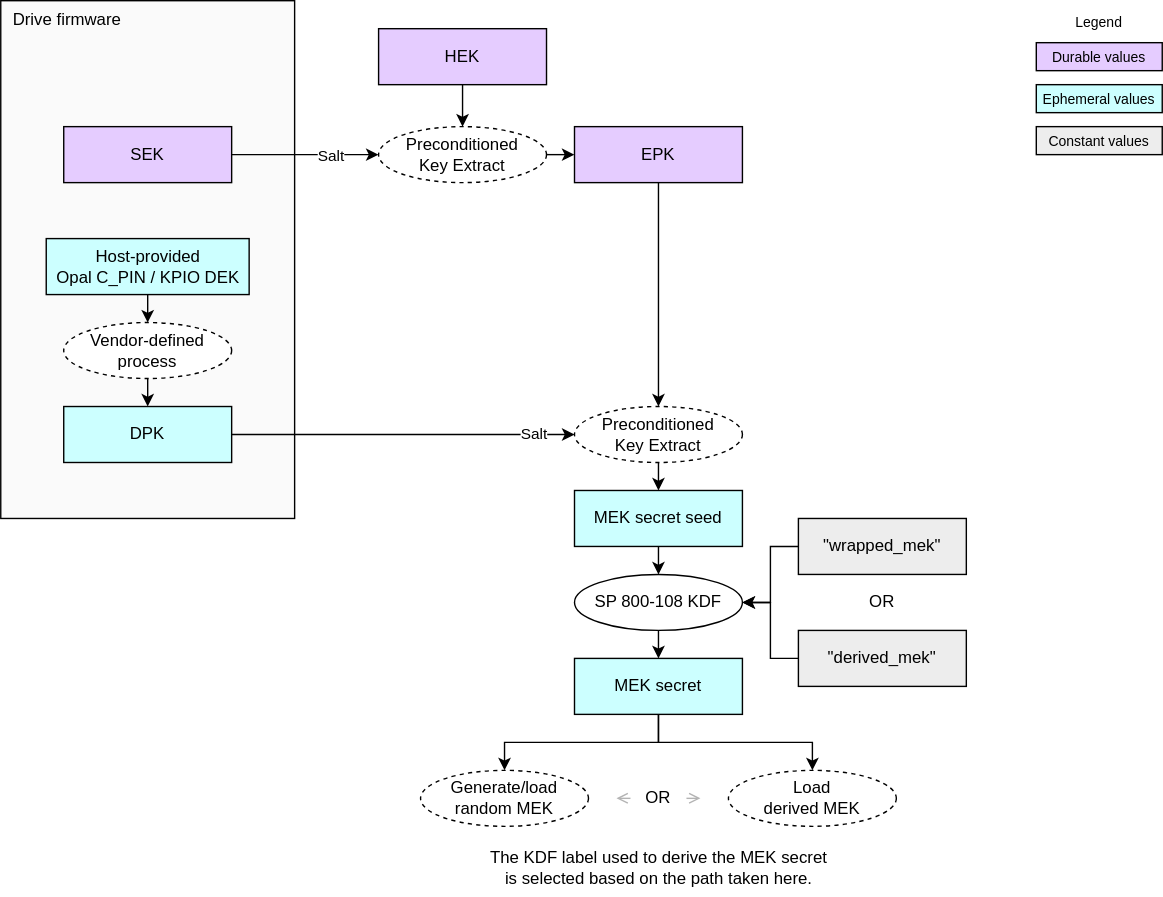
The draw.io diagram doc/ocp_lock/diagrams/mek_secret_derivation_no_mpks.drawio.svg in chipsalliance/Caliptra, before a commit. Source tidied: cells renumbered, new cells last; positions are measured from the earlier drawing's top-left corner, leaving out a move shared by most shapes. Source of this version:
```xml
<mxGraphModel background="#ffffff">
  <root>
    <mxCell id="0" />
    <mxCell id="1" parent="0" />
    <mxCell id="2" value="Drive firmware" style="rounded=0;whiteSpace=wrap;html=1;fillColor=#FAFAFA;strokeColor=#000000;align=left;verticalAlign=top;spacingLeft=7;" parent="1" vertex="1">
      <mxGeometry width="210" height="370" as="geometry" />
    </mxCell>
    <mxCell id="3" value="&lt;div&gt;&lt;font color=&quot;#000000&quot;&gt;Durable values&lt;/font&gt;&lt;/div&gt;" style="rounded=0;whiteSpace=wrap;html=1;align=center;verticalAlign=middle;shadow=0;glass=0;spacingLeft=0;spacingBottom=0;spacingTop=0;fillColor=#E5CCFF;fontSize=10;" parent="1" vertex="1">
      <mxGeometry x="740" y="30" width="90" height="20" as="geometry" />
    </mxCell>
    <mxCell id="4" value="Legend" style="text;strokeColor=none;align=center;fillColor=none;html=1;verticalAlign=middle;whiteSpace=wrap;rounded=0;fontSize=10;" parent="1" vertex="1">
      <mxGeometry x="755" width="60" height="30" as="geometry" />
    </mxCell>
    <mxCell id="5" value="&lt;div&gt;&lt;font color=&quot;#000000&quot;&gt;Ephemeral values&lt;/font&gt;&lt;/div&gt;" style="rounded=0;whiteSpace=wrap;html=1;align=center;verticalAlign=middle;shadow=0;glass=0;spacingLeft=0;spacingBottom=0;spacingTop=0;fillColor=#CCFFFF;fontSize=10;" parent="1" vertex="1">
      <mxGeometry x="740" y="60" width="90" height="20" as="geometry" />
    </mxCell>
    <mxCell id="6" style="edgeStyle=none;html=1;exitX=0.5;exitY=1;exitDx=0;exitDy=0;entryX=0.5;entryY=0;entryDx=0;entryDy=0;" parent="1" edge="1" source="7" target="20">
      <mxGeometry relative="1" as="geometry" />
    </mxCell>
    <mxCell id="7" value="&lt;div&gt;&lt;font color=&quot;#000000&quot;&gt;HEK&lt;/font&gt;&lt;/div&gt;" style="rounded=0;whiteSpace=wrap;html=1;align=center;verticalAlign=middle;shadow=0;glass=0;spacingLeft=0;spacingBottom=0;spacingTop=0;fillColor=#E5CCFF;" parent="1" vertex="1">
      <mxGeometry x="270" y="20" width="120" height="40" as="geometry" />
    </mxCell>
    <mxCell id="8" style="edgeStyle=none;html=1;exitX=1;exitY=0.5;exitDx=0;exitDy=0;entryX=0;entryY=0.5;entryDx=0;entryDy=0;" parent="1" edge="1" source="10" target="24">
      <mxGeometry relative="1" as="geometry" />
    </mxCell>
    <mxCell id="9" value="Salt" style="edgeLabel;html=1;align=center;verticalAlign=middle;" parent="8" vertex="1">
      <mxGeometry x="0.63" y="1" relative="1" as="geometry">
        <mxPoint x="15" as="offset" />
      </mxGeometry>
    </mxCell>
    <mxCell id="10" value="&lt;div&gt;&lt;font color=&quot;#000000&quot;&gt;DPK&lt;/font&gt;&lt;/div&gt;" style="rounded=0;whiteSpace=wrap;html=1;align=center;verticalAlign=middle;shadow=0;glass=0;spacingLeft=0;spacingBottom=0;spacingTop=0;fillColor=#CCFFFF;" parent="1" vertex="1">
      <mxGeometry x="45" y="290" width="120" height="40" as="geometry" />
    </mxCell>
    <mxCell id="11" style="edgeStyle=orthogonalEdgeStyle;html=1;exitX=1;exitY=0.5;exitDx=0;exitDy=0;entryX=0;entryY=0.5;entryDx=0;entryDy=0;rounded=0;" parent="1" edge="1" source="13" target="20">
      <mxGeometry relative="1" as="geometry">
        <Array as="points">
          <mxPoint x="200" y="110" />
          <mxPoint x="200" y="110" />
        </Array>
      </mxGeometry>
    </mxCell>
    <mxCell id="12" value="Salt" style="edgeLabel;html=1;align=center;verticalAlign=middle;" parent="11" vertex="1">
      <mxGeometry x="0.35" y="-3" relative="1" as="geometry">
        <mxPoint x="-1" y="-3" as="offset" />
      </mxGeometry>
    </mxCell>
    <mxCell id="13" value="&lt;div&gt;&lt;font color=&quot;#000000&quot;&gt;SEK&lt;/font&gt;&lt;/div&gt;" style="rounded=0;whiteSpace=wrap;html=1;align=center;verticalAlign=middle;shadow=0;glass=0;spacingLeft=0;spacingBottom=0;spacingTop=0;fillColor=#E5CCFF;" parent="1" vertex="1">
      <mxGeometry x="45" y="90" width="120" height="40" as="geometry" />
    </mxCell>
    <mxCell id="14" value="&lt;div&gt;&lt;font color=&quot;#000000&quot;&gt;Constant values&lt;/font&gt;&lt;/div&gt;" style="rounded=0;whiteSpace=wrap;html=1;align=center;verticalAlign=middle;shadow=0;glass=0;spacingLeft=0;spacingBottom=0;spacingTop=0;fillColor=#EDEDED;fontSize=10;" parent="1" vertex="1">
      <mxGeometry x="740" y="90" width="90" height="20" as="geometry" />
    </mxCell>
    <mxCell id="15" style="edgeStyle=none;html=1;exitX=0.5;exitY=1;exitDx=0;exitDy=0;entryX=0.5;entryY=0;entryDx=0;entryDy=0;" parent="1" edge="1" source="16" target="10">
      <mxGeometry relative="1" as="geometry" />
    </mxCell>
    <mxCell id="16" value="Vendor-defined process" style="ellipse;whiteSpace=wrap;html=1;fillColor=#FFFFFF;dashed=1;" parent="1" vertex="1">
      <mxGeometry x="45" y="230" width="120" height="40" as="geometry" />
    </mxCell>
    <mxCell id="17" style="edgeStyle=none;html=1;exitX=0.5;exitY=1;exitDx=0;exitDy=0;entryX=0.5;entryY=0;entryDx=0;entryDy=0;" parent="1" edge="1" source="18" target="16">
      <mxGeometry relative="1" as="geometry" />
    </mxCell>
    <mxCell id="18" value="&lt;div&gt;&lt;font color=&quot;#000000&quot;&gt;Host-provided&lt;/font&gt;&lt;/div&gt;&lt;div&gt;&lt;font color=&quot;#000000&quot;&gt;Opal C_PIN / KPIO DEK&lt;/font&gt;&lt;/div&gt;" style="rounded=0;whiteSpace=wrap;html=1;align=center;verticalAlign=middle;shadow=0;glass=0;spacingLeft=0;spacingBottom=0;spacingTop=0;fillColor=#CCFFFF;" parent="1" vertex="1">
      <mxGeometry x="32.5" y="170" width="145" height="40" as="geometry" />
    </mxCell>
    <mxCell id="19" style="edgeStyle=none;html=1;exitX=1;exitY=0.5;exitDx=0;exitDy=0;entryX=0;entryY=0.5;entryDx=0;entryDy=0;" parent="1" edge="1" source="20" target="22">
      <mxGeometry relative="1" as="geometry" />
    </mxCell>
    <mxCell id="20" value="&lt;span style=&quot;color: rgb(0, 0, 0);&quot;&gt;Preconditioned&lt;/span&gt;&lt;div&gt;Key Extract&lt;/div&gt;" style="ellipse;whiteSpace=wrap;html=1;fillColor=#FFFFFF;dashed=1;" parent="1" vertex="1">
      <mxGeometry x="270" y="90" width="120" height="40" as="geometry" />
    </mxCell>
    <mxCell id="21" style="edgeStyle=none;html=1;exitX=0.5;exitY=1;exitDx=0;exitDy=0;entryX=0.5;entryY=0;entryDx=0;entryDy=0;" parent="1" edge="1" source="22" target="24">
      <mxGeometry relative="1" as="geometry" />
    </mxCell>
    <mxCell id="22" value="&lt;div&gt;&lt;font color=&quot;#000000&quot;&gt;EPK&lt;/font&gt;&lt;/div&gt;" style="rounded=0;whiteSpace=wrap;html=1;align=center;verticalAlign=middle;shadow=0;glass=0;spacingLeft=0;spacingBottom=0;spacingTop=0;fillColor=#E5CCFF;" parent="1" vertex="1">
      <mxGeometry x="410" y="90" width="120" height="40" as="geometry" />
    </mxCell>
    <mxCell id="23" style="edgeStyle=none;html=1;exitX=0.5;exitY=1;exitDx=0;exitDy=0;entryX=0.5;entryY=0;entryDx=0;entryDy=0;" parent="1" edge="1" source="24" target="26">
      <mxGeometry relative="1" as="geometry" />
    </mxCell>
    <mxCell id="24" value="&lt;span style=&quot;color: rgb(0, 0, 0);&quot;&gt;Preconditioned&lt;/span&gt;&lt;div&gt;Key Extract&lt;/div&gt;" style="ellipse;whiteSpace=wrap;html=1;fillColor=#FFFFFF;dashed=1;" parent="1" vertex="1">
      <mxGeometry x="410" y="290" width="120" height="40" as="geometry" />
    </mxCell>
    <mxCell id="25" style="edgeStyle=none;html=1;exitX=0.5;exitY=1;exitDx=0;exitDy=0;entryX=0.5;entryY=0;entryDx=0;entryDy=0;" parent="1" edge="1" source="26" target="28">
      <mxGeometry relative="1" as="geometry" />
    </mxCell>
    <mxCell id="26" value="&lt;div&gt;&lt;font color=&quot;#000000&quot;&gt;MEK secret seed&lt;/font&gt;&lt;/div&gt;" style="rounded=0;whiteSpace=wrap;html=1;align=center;verticalAlign=middle;shadow=0;glass=0;spacingLeft=0;spacingBottom=0;spacingTop=0;fillColor=#CCFFFF;" parent="1" vertex="1">
      <mxGeometry x="410" y="350" width="120" height="40" as="geometry" />
    </mxCell>
    <mxCell id="27" style="edgeStyle=orthogonalEdgeStyle;html=1;exitX=0.5;exitY=1;exitDx=0;exitDy=0;entryX=0.5;entryY=0;entryDx=0;entryDy=0;rounded=0;" parent="1" edge="1" source="28" target="34">
      <mxGeometry relative="1" as="geometry" />
    </mxCell>
    <mxCell id="28" value="SP 800-108 KDF" style="ellipse;whiteSpace=wrap;html=1;fillColor=#FFFFFF;" parent="1" vertex="1">
      <mxGeometry x="410" y="410" width="120" height="40" as="geometry" />
    </mxCell>
    <mxCell id="29" value="Load&lt;div&gt;derived MEK&lt;/div&gt;" style="ellipse;whiteSpace=wrap;html=1;fillColor=#FFFFFF;dashed=1;" parent="1" vertex="1">
      <mxGeometry x="520" y="550" width="120" height="40" as="geometry" />
    </mxCell>
    <mxCell id="30" style="edgeStyle=orthogonalEdgeStyle;endArrow=classic;html=1;rounded=0;endSize=6;startSize=6;exitX=0.5;exitY=1;exitDx=0;exitDy=0;entryX=0.5;entryY=0;entryDx=0;entryDy=0;" parent="1" edge="1" source="34" target="32">
      <mxGeometry relative="1" as="geometry" />
    </mxCell>
    <mxCell id="31" value="OR" style="text;strokeColor=none;align=center;fillColor=none;html=1;verticalAlign=middle;whiteSpace=wrap;rounded=0;" parent="1" vertex="1">
      <mxGeometry x="450" y="555" width="40" height="30" as="geometry" />
    </mxCell>
    <mxCell id="32" value="&lt;div&gt;Generate/load random MEK&lt;/div&gt;" style="ellipse;whiteSpace=wrap;html=1;fillColor=#FFFFFF;dashed=1;" parent="1" vertex="1">
      <mxGeometry x="300" y="550" width="120" height="40" as="geometry" />
    </mxCell>
    <mxCell id="33" style="edgeStyle=orthogonalEdgeStyle;endArrow=classic;html=1;rounded=0;endSize=6;startSize=6;entryX=0.5;entryY=0;entryDx=0;entryDy=0;exitX=0.5;exitY=1;exitDx=0;exitDy=0;" parent="1" edge="1" source="34" target="29">
      <mxGeometry relative="1" as="geometry" />
    </mxCell>
    <mxCell id="34" value="&lt;div&gt;&lt;font color=&quot;#000000&quot;&gt;MEK secret&lt;/font&gt;&lt;/div&gt;" style="rounded=0;whiteSpace=wrap;html=1;align=center;verticalAlign=middle;shadow=0;glass=0;spacingLeft=0;spacingBottom=0;spacingTop=0;fillColor=#CCFFFF;" parent="1" vertex="1">
      <mxGeometry x="410" y="470" width="120" height="40" as="geometry" />
    </mxCell>
    <mxCell id="35" style="endArrow=open;html=1;rounded=0;endSize=6;startSize=6;exitX=1;exitY=0.5;exitDx=0;exitDy=0;strokeColor=#B3B3B3;endFill=0;" parent="1" edge="1" source="31">
      <mxGeometry relative="1" as="geometry">
        <mxPoint x="500" y="570" as="targetPoint" />
      </mxGeometry>
    </mxCell>
    <mxCell id="36" style="endArrow=open;html=1;rounded=0;endSize=6;startSize=6;exitX=0;exitY=0.5;exitDx=0;exitDy=0;strokeColor=#B3B3B3;endFill=0;" parent="1" edge="1" source="31">
      <mxGeometry relative="1" as="geometry">
        <mxPoint x="440" y="570" as="targetPoint" />
      </mxGeometry>
    </mxCell>
    <mxCell id="37" style="edgeStyle=orthogonalEdgeStyle;html=1;exitX=0;exitY=0.5;exitDx=0;exitDy=0;entryX=1;entryY=0.5;entryDx=0;entryDy=0;rounded=0;" parent="1" edge="1" source="38" target="28">
      <mxGeometry relative="1" as="geometry" />
    </mxCell>
    <mxCell id="38" value="&lt;div&gt;&lt;font color=&quot;#000000&quot;&gt;&quot;wrapped_mek&quot;&lt;/font&gt;&lt;/div&gt;" style="rounded=0;whiteSpace=wrap;html=1;align=center;verticalAlign=middle;shadow=0;glass=0;spacingLeft=0;spacingBottom=0;spacingTop=0;fillColor=#EDEDED;" parent="1" vertex="1">
      <mxGeometry x="570" y="370" width="120" height="40" as="geometry" />
    </mxCell>
    <mxCell id="39" style="edgeStyle=orthogonalEdgeStyle;html=1;exitX=0;exitY=0.5;exitDx=0;exitDy=0;entryX=1;entryY=0.5;entryDx=0;entryDy=0;rounded=0;" parent="1" edge="1" source="40" target="28">
      <mxGeometry relative="1" as="geometry" />
    </mxCell>
    <mxCell id="40" value="&lt;div&gt;&lt;font color=&quot;#000000&quot;&gt;&quot;derived_mek&quot;&lt;/font&gt;&lt;/div&gt;" style="rounded=0;whiteSpace=wrap;html=1;align=center;verticalAlign=middle;shadow=0;glass=0;spacingLeft=0;spacingBottom=0;spacingTop=0;fillColor=#EDEDED;" parent="1" vertex="1">
      <mxGeometry x="570" y="450" width="120" height="40" as="geometry" />
    </mxCell>
    <mxCell id="41" value="OR" style="text;strokeColor=none;align=center;fillColor=none;html=1;verticalAlign=middle;whiteSpace=wrap;rounded=0;" parent="1" vertex="1">
      <mxGeometry x="610" y="415" width="40" height="30" as="geometry" />
    </mxCell>
    <mxCell id="42" value="&lt;div&gt;&lt;span style=&quot;color: rgb(0, 0, 0);&quot;&gt;The KDF label used to derive the MEK&amp;nbsp;&lt;/span&gt;&lt;span style=&quot;background-color: transparent;&quot;&gt;secret is selected based on the path taken here.&lt;/span&gt;&lt;/div&gt;" style="text;strokeColor=none;align=center;fillColor=none;html=1;verticalAlign=middle;whiteSpace=wrap;rounded=0;" parent="1" vertex="1">
      <mxGeometry x="343.8" y="600" width="252.5" height="40" as="geometry" />
    </mxCell>
  </root>
</mxGraphModel>
```
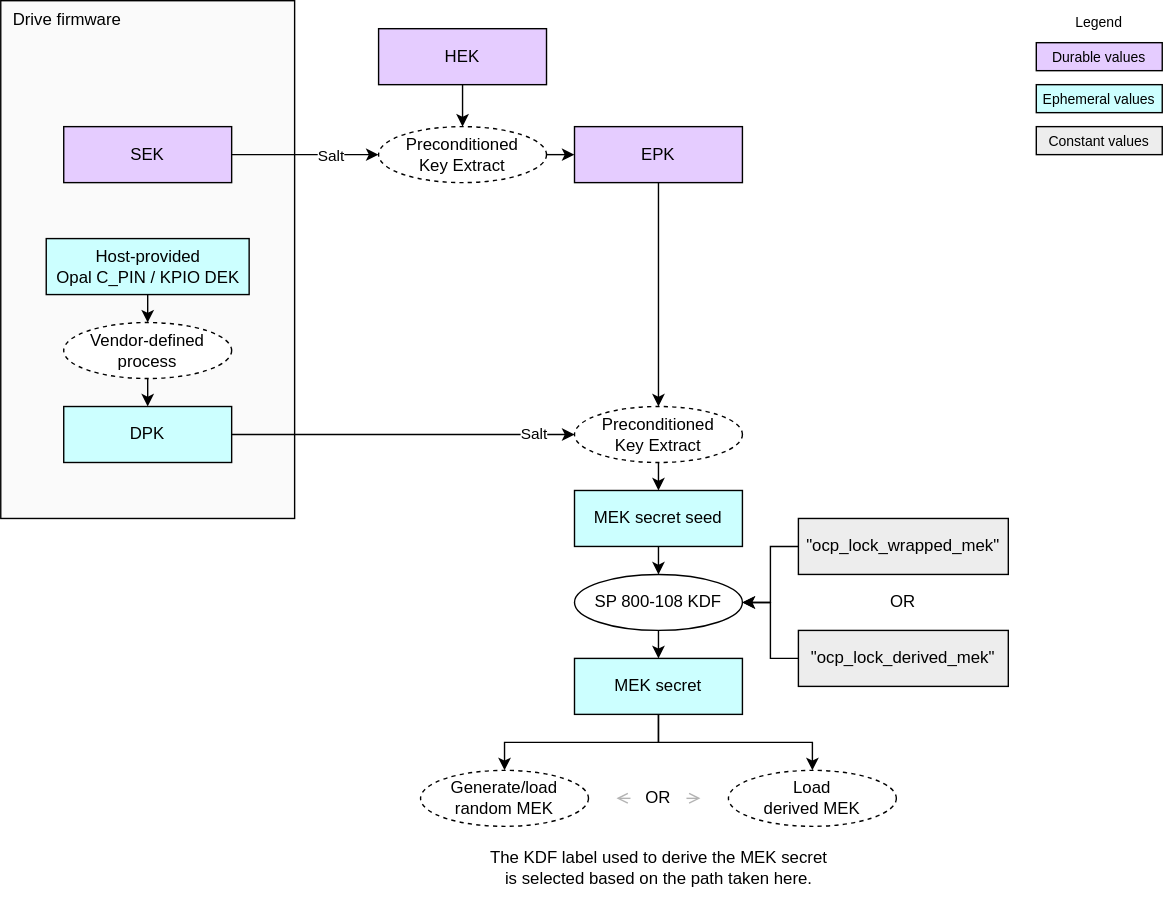
Above is the later version.

Change to the diagram source:
```diff
@@ -123,17 +123,17 @@
     <mxCell id="37" style="edgeStyle=orthogonalEdgeStyle;html=1;exitX=0;exitY=0.5;exitDx=0;exitDy=0;entryX=1;entryY=0.5;entryDx=0;entryDy=0;rounded=0;" parent="1" edge="1" source="38" target="28">
       <mxGeometry relative="1" as="geometry" />
     </mxCell>
-    <mxCell id="38" value="&lt;div&gt;&lt;font color=&quot;#000000&quot;&gt;&quot;wrapped_mek&quot;&lt;/font&gt;&lt;/div&gt;" style="rounded=0;whiteSpace=wrap;html=1;align=center;verticalAlign=middle;shadow=0;glass=0;spacingLeft=0;spacingBottom=0;spacingTop=0;fillColor=#EDEDED;" parent="1" vertex="1">
-      <mxGeometry x="570" y="370" width="120" height="40" as="geometry" />
+    <mxCell id="38" value="&lt;div&gt;&lt;font color=&quot;#000000&quot;&gt;&quot;ocp_lock_wrapped_mek&quot;&lt;/font&gt;&lt;/div&gt;" style="rounded=0;whiteSpace=wrap;html=1;align=center;verticalAlign=middle;shadow=0;glass=0;spacingLeft=0;spacingBottom=0;spacingTop=0;fillColor=#EDEDED;" parent="1" vertex="1">
+      <mxGeometry x="570" y="370" width="150" height="40" as="geometry" />
     </mxCell>
     <mxCell id="39" style="edgeStyle=orthogonalEdgeStyle;html=1;exitX=0;exitY=0.5;exitDx=0;exitDy=0;entryX=1;entryY=0.5;entryDx=0;entryDy=0;rounded=0;" parent="1" edge="1" source="40" target="28">
       <mxGeometry relative="1" as="geometry" />
     </mxCell>
-    <mxCell id="40" value="&lt;div&gt;&lt;font color=&quot;#000000&quot;&gt;&quot;derived_mek&quot;&lt;/font&gt;&lt;/div&gt;" style="rounded=0;whiteSpace=wrap;html=1;align=center;verticalAlign=middle;shadow=0;glass=0;spacingLeft=0;spacingBottom=0;spacingTop=0;fillColor=#EDEDED;" parent="1" vertex="1">
-      <mxGeometry x="570" y="450" width="120" height="40" as="geometry" />
+    <mxCell id="40" value="&lt;div&gt;&lt;font color=&quot;#000000&quot;&gt;&quot;ocp_lock_derived_mek&quot;&lt;/font&gt;&lt;/div&gt;" style="rounded=0;whiteSpace=wrap;html=1;align=center;verticalAlign=middle;shadow=0;glass=0;spacingLeft=0;spacingBottom=0;spacingTop=0;fillColor=#EDEDED;" parent="1" vertex="1">
+      <mxGeometry x="570" y="450" width="150" height="40" as="geometry" />
     </mxCell>
     <mxCell id="41" value="OR" style="text;strokeColor=none;align=center;fillColor=none;html=1;verticalAlign=middle;whiteSpace=wrap;rounded=0;" parent="1" vertex="1">
-      <mxGeometry x="610" y="415" width="40" height="30" as="geometry" />
+      <mxGeometry x="625" y="415" width="40" height="30" as="geometry" />
     </mxCell>
     <mxCell id="42" value="&lt;div&gt;&lt;span style=&quot;color: rgb(0, 0, 0);&quot;&gt;The KDF label used to derive the MEK&amp;nbsp;&lt;/span&gt;&lt;span style=&quot;background-color: transparent;&quot;&gt;secret is selected based on the path taken here.&lt;/span&gt;&lt;/div&gt;" style="text;strokeColor=none;align=center;fillColor=none;html=1;verticalAlign=middle;whiteSpace=wrap;rounded=0;" parent="1" vertex="1">
       <mxGeometry x="343.8" y="600" width="252.5" height="40" as="geometry" />
```
